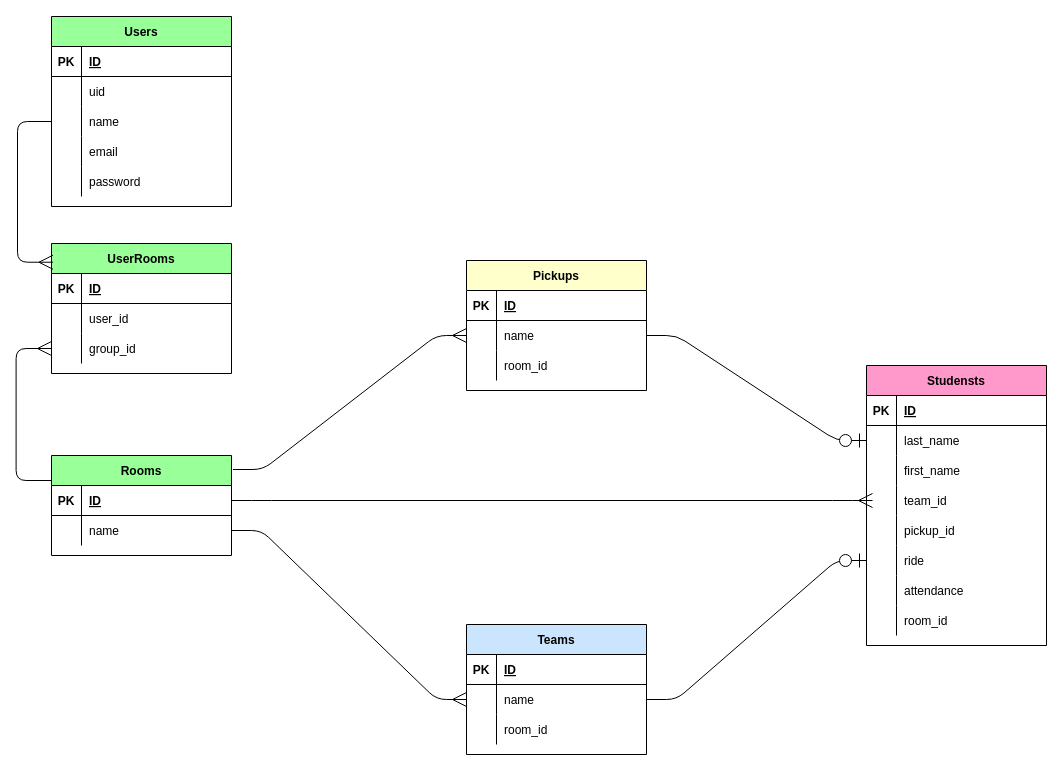
Above: table_design.dio in rrr-ryu/wasurena (draw.io), before the change. Source tidied: cells renumbered, new cells numbered last; positions are measured from the earlier drawing's top-left corner, leaving out a move shared by most shapes. Both pictures are drawn from the tidied source at 100%, with x=0, y=0 at pixel (16, 16).
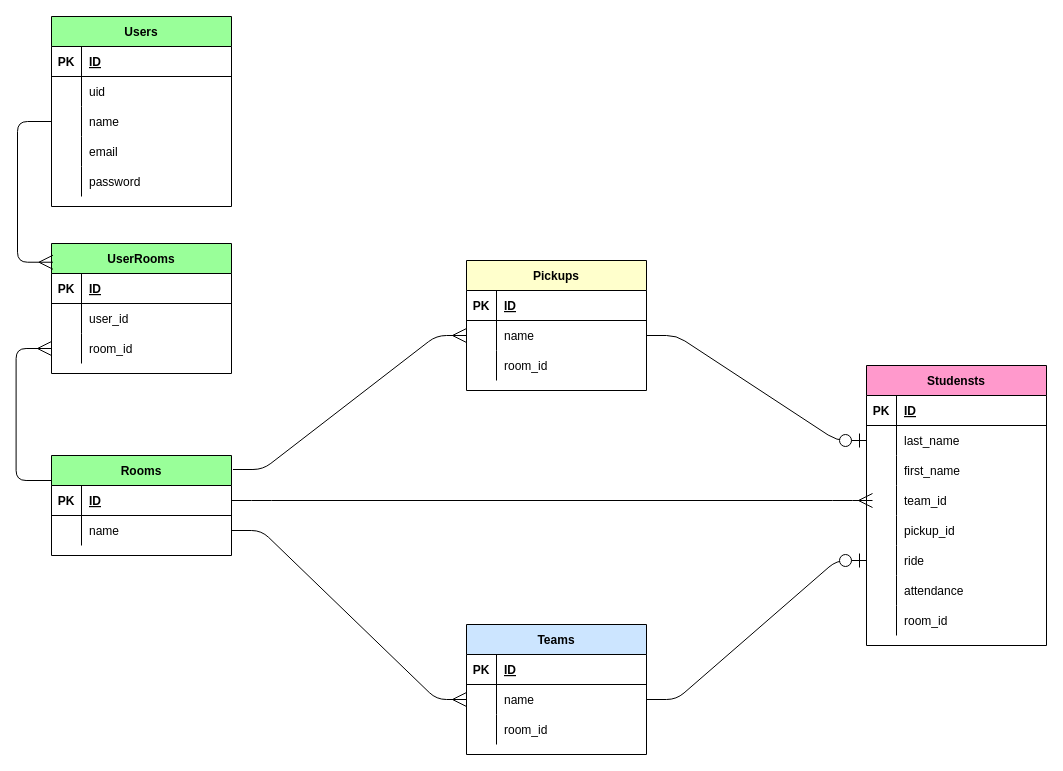
The same diagram, later.

Unchanged cells that the change refers to:
```xml
<mxCell id="75" style="shape=partialRectangle;fillColor=none;top=0;left=0;bottom=0;right=0;points=[[0,0.5],[1,0.5]];portConstraint=eastwest;fontColor=#000000;labelBorderColor=none;strokeColor=#000000;" parent="68" vertex="1">
  <mxGeometry y="90" width="180" height="30" as="geometry" />
</mxCell>
```

The edit, as a diff of the source:
```diff
@@
-    <mxCell id="77" value="group_id" style="shape=partialRectangle;fillColor=none;top=0;left=0;bottom=0;right=0;align=left;spacingLeft=6;overflow=hidden;fontColor=#000000;labelBorderColor=none;strokeColor=#000000;" parent="75" vertex="1">
+    <mxCell id="77" value="room_id" style="shape=partialRectangle;fillColor=none;top=0;left=0;bottom=0;right=0;align=left;spacingLeft=6;overflow=hidden;fontColor=#000000;labelBorderColor=none;strokeColor=#000000;" parent="75" vertex="1">
       <mxGeometry x="30" width="150" height="30" as="geometry" />
     </mxCell>
```
